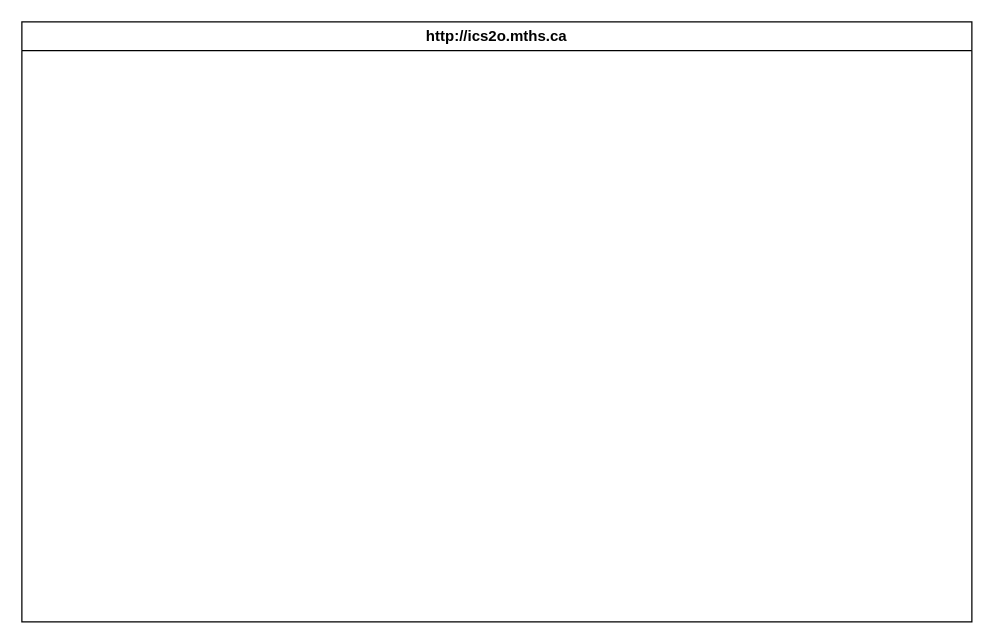
Above: design/storyboard.drawio in MTHS-ICD2O-1-2023/ICD2O-Unit-5-02-Julianne-Leblanc-Peltier (draw.io), before the change. Source tidied: cells renumbered, new cells numbered last; positions are measured from the earlier drawing's top-left corner, leaving out a move shared by most shapes. Both pictures are drawn from the tidied source at 125%, with x=0, y=0 at pixel (21, 21).
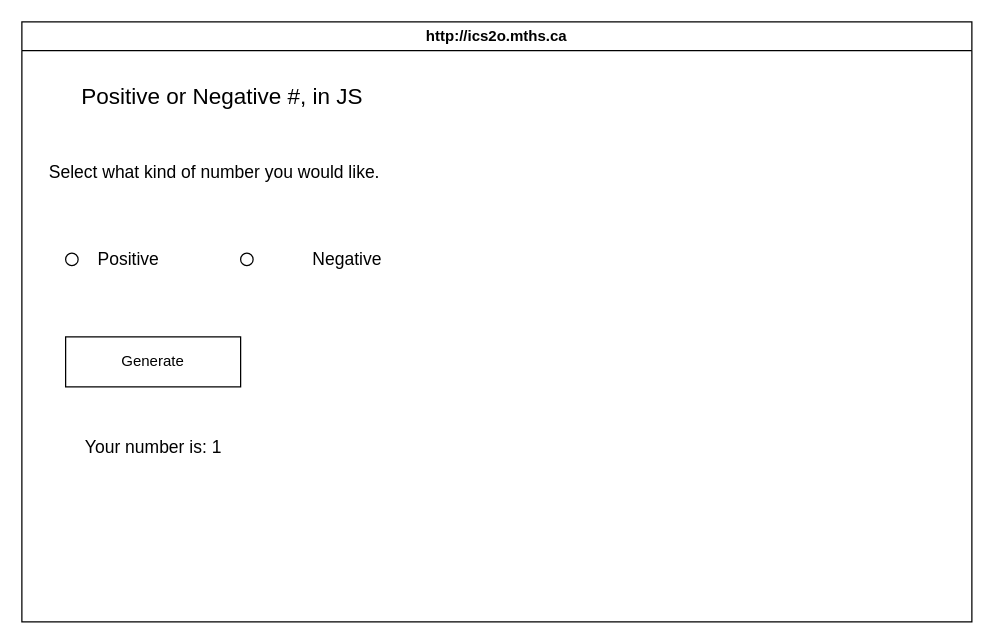
After the change.

Commit message (it also covers changes not shown here):
finished except storyboard

Change to the diagram source:
```diff
@@
 <mxGraphModel>
   <root>
     <mxCell id="0" />
     <mxCell id="1" parent="0" />
     <mxCell id="2" value="http://ics2o.mths.ca" style="swimlane;whiteSpace=wrap;html=1;" parent="1" vertex="1">
       <mxGeometry width="760" height="480" as="geometry" />
     </mxCell>
+    <mxCell id="3" value="Positive or Negative #, in JS" style="text;html=1;align=center;verticalAlign=middle;strokeColor=none;fillColor=none;fontSize=18;" parent="2" vertex="1">
+      <mxGeometry x="35" y="40" width="250" height="40" as="geometry" />
+    </mxCell>
+    <mxCell id="4" value="Select what kind of number you would like." style="text;html=1;align=left;verticalAlign=middle;strokeColor=none;fillColor=none;fontSize=14;" parent="2" vertex="1">
+      <mxGeometry x="20" y="105" width="290" height="30" as="geometry" />
+    </mxCell>
+    <mxCell id="5" value="Positive" style="text;html=1;align=center;verticalAlign=middle;strokeColor=none;fillColor=none;fontSize=14;" parent="2" vertex="1">
+      <mxGeometry x="50" y="175" width="70" height="30" as="geometry" />
+    </mxCell>
+    <mxCell id="6" value="Your number is: 1" style="text;html=1;align=center;verticalAlign=middle;strokeColor=none;fillColor=none;fontSize=14;" parent="2" vertex="1">
+      <mxGeometry x="35" y="325" width="140" height="30" as="geometry" />
+    </mxCell>
+    <mxCell id="7" value="Generate" style="whiteSpace=wrap;html=1;" parent="2" vertex="1">
+      <mxGeometry x="35" y="252" width="140" height="40" as="geometry" />
+    </mxCell>
+    <mxCell id="8" value="Negative" style="text;html=1;align=center;verticalAlign=middle;strokeColor=none;fillColor=none;fontSize=14;" parent="2" vertex="1">
+      <mxGeometry x="220" y="175" width="80" height="30" as="geometry" />
+    </mxCell>
+    <mxCell id="9" style="ellipse;whiteSpace=wrap;html=1;gradientColor=default;fillColor=none;" parent="2" vertex="1">
+      <mxGeometry x="35" y="185" width="10" height="10" as="geometry" />
+    </mxCell>
+    <mxCell id="10" style="ellipse;whiteSpace=wrap;html=1;fillColor=none;" parent="2" vertex="1">
+      <mxGeometry x="175" y="185" width="10" height="10" as="geometry" />
+    </mxCell>
   </root>
 </mxGraphModel>
```
